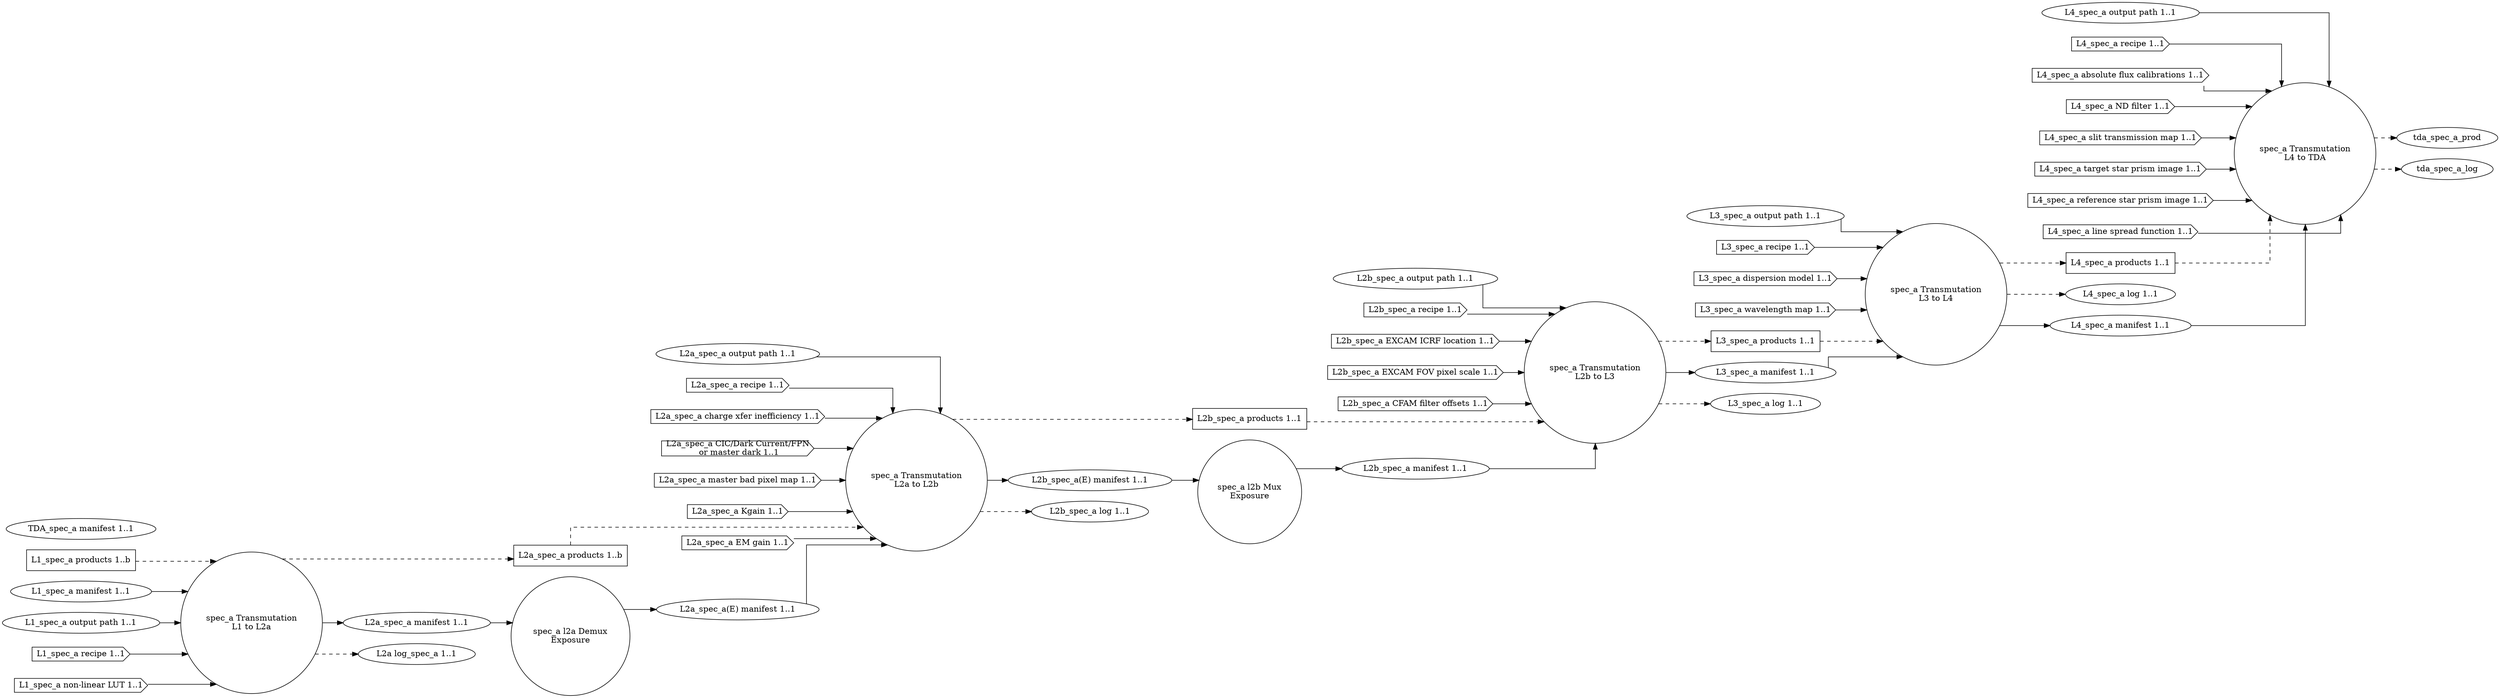
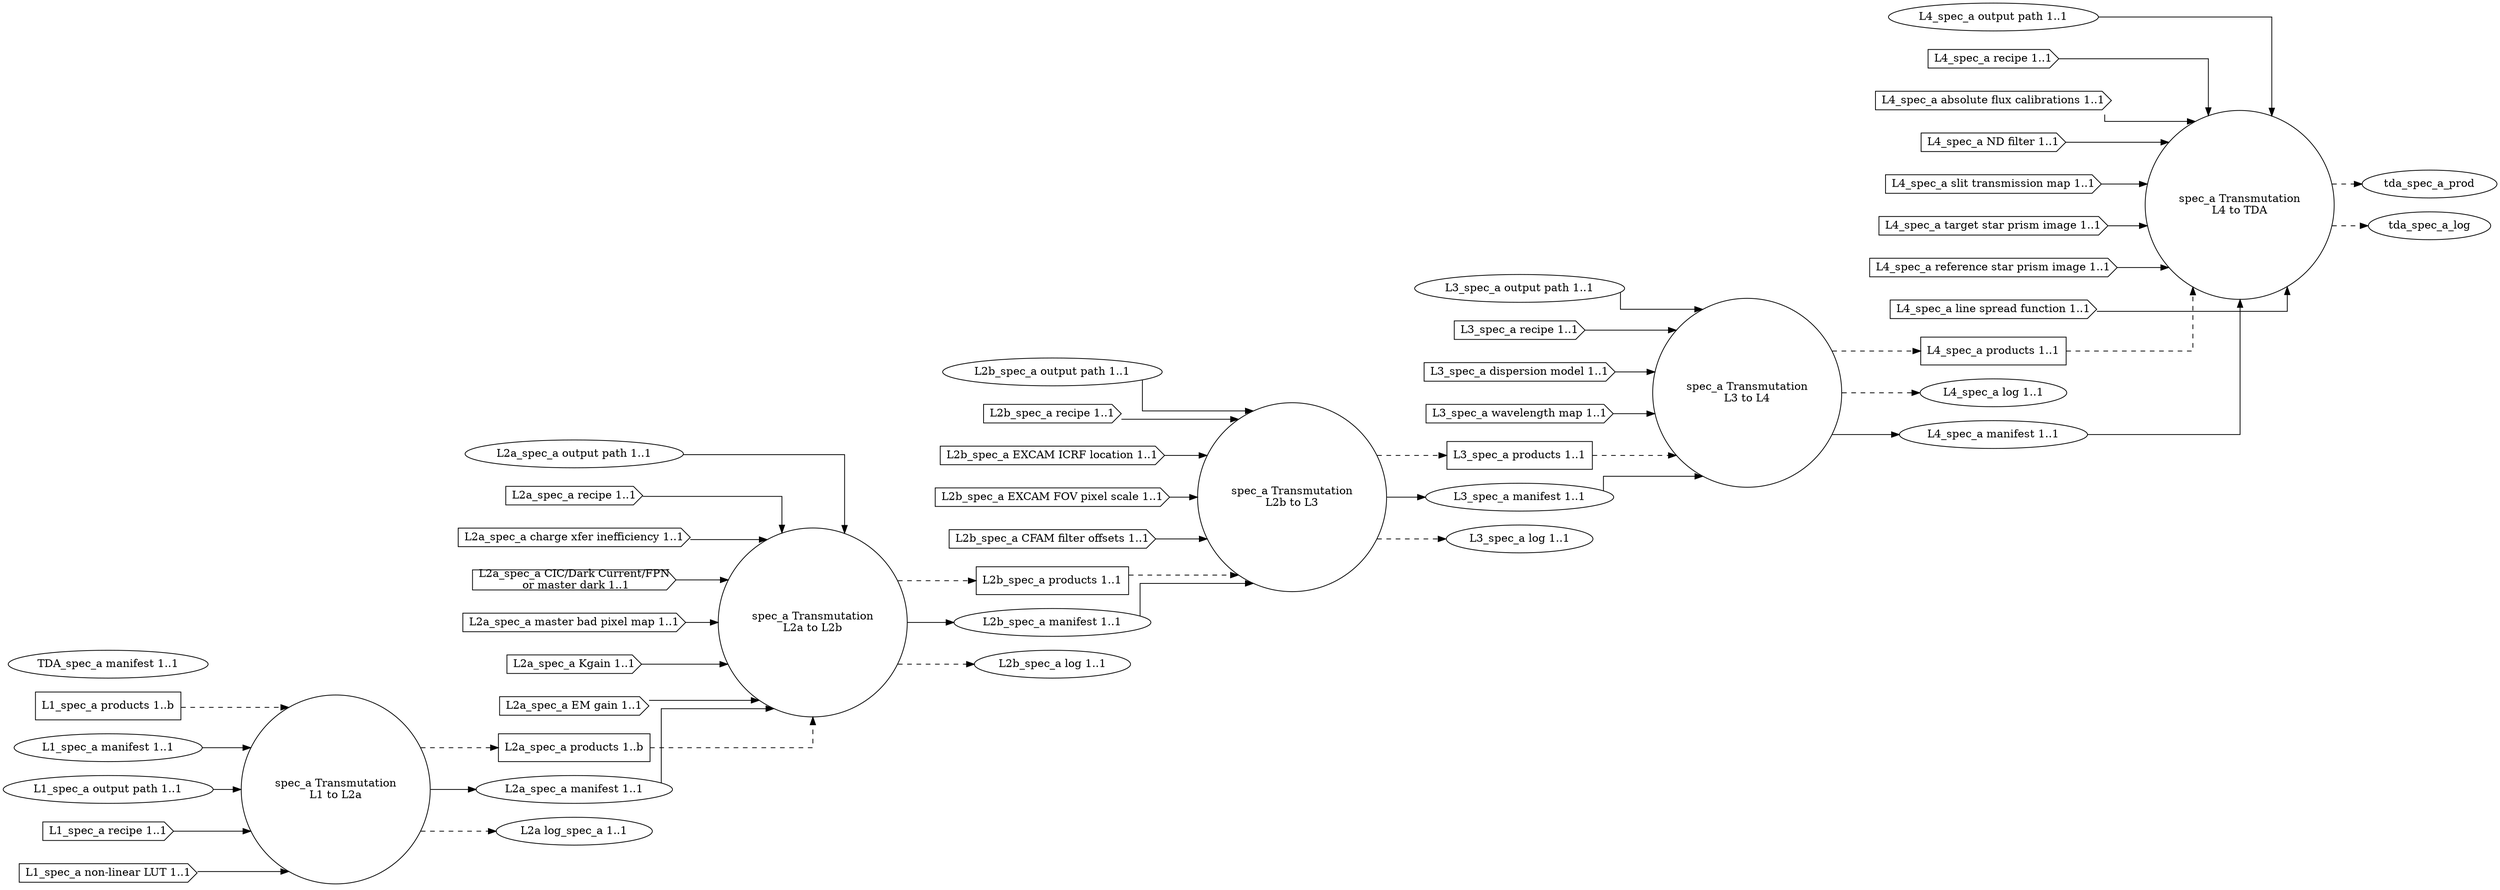
digraph SpectroscopyAnalog {
graph [splines="ortho", rankdir=LR];
trans_spec_a_l1_l2a [label="spec_a Transmutation\nL1 to L2a", shape="circle", runname="l1.transmutation_spec_a", runtype="dawgie.Algorithm", fsmtype="dip.base.Runner"];
- l2a_spec_a_demux [label="spec_a l2a Demux\nExposure", shape="circle", runname="l2a.demux_spec_a", runtype="dawgie.Algorithm", fsmtype="dip.clerk.impls.demux.FSM"];
trans_spec_a_l2a_l2b [label="spec_a Transmutation\nL2a to L2b", shape="circle", runname="l2a.transmutation_spec_a", runtype="dawgie.Algorithm", fsmtype="dip.base.Runner"];
- l2b_spec_a_mux [label="spec_a l2b Mux\nExposure", shape="circle", runname="l2b.mux_spec_a", runtype="dawgie.Analyzer", fsmtype="dip.clerk.impls.mux.FSM"];
trans_spec_a_l2b_l3 [label="spec_a Transmutation\nL2b to L3", shape="circle", runname="l2b.transmutation_spec_a", runtype="dawgie.Algorithm", fsmtype="dip.base.Runner"];
trans_spec_a_l3_l4 [label="spec_a Transmutation\nL3 to L4", shape="circle", runname="l3.transmutation_spec_a", runtype="dawgie.Algorithm", fsmtype="dip.base.Runner"];
trans_spec_a_l4_tda [label="spec_a Transmutation\nL4 to TDA", shape="circle", runname="l4.transmutation_spec_a", runtype="dawgie.Algorithm", fsmtype="dip.base.Runner"];
l1_spec_a_prod [label="L1_spec_a products 1..b", shape="rectangle"];
l1_spec_a_man [label="L1_spec_a manifest 1..1", shape="ellipse"];
l1_spec_a_odir [label="L1_spec_a output path 1..1", shape="ellipse"];
l1_spec_a_rec [label="L1_spec_a recipe 1..1", shape="cds"];
l1_spec_a_nllut [label="L1_spec_a non-linear LUT 1..1", shape="cds"];
l2a_spec_a_prod [label="L2a_spec_a products 1..b", shape="rectangle"];
l2a_spec_a_man [label="L2a_spec_a manifest 1..1", shape="ellipse", valname="l1.transmutation_spec_a.product.manifest", valtype="dip.base.Manifest"];
l2a_spec_a_odir [label="L2a_spec_a output path 1..1", shape="ellipse"];
l2a_spec_a_rec [label="L2a_spec_a recipe 1..1", shape="cds"];
l2a_spec_a_cti [label="L2a_spec_a charge xfer inefficiency 1..1", shape="cds"];
l2a_spec_a_dnb [label="L2a_spec_a CIC/Dark Current/FPN\n or master dark 1..1", shape="cds"];
l2a_spec_a_mbpm [label="L2a_spec_a master bad pixel map 1..1", shape="cds"];
l2a_spec_a_kgain [label="L2a_spec_a Kgain 1..1", shape="cds"];
l2a_spec_a_emg [label="L2a_spec_a EM gain 1..1", shape="cds"];
l2a_spec_a_log [label="L2a log_spec_a 1..1", shape="ellipse"];
- l2a_spec_a_man_demux [label="L2a_spec_a(E) manifest 1..1", shape="ellipse", valname="l2a.demux_spec_a.product.manifest", valtype="dip.base.Manifest"];
l2b_spec_a_prod [label="L2b_spec_a products 1..1", shape="rectangle"];
- l2b_spec_a_man [label="L2b_spec_a manifest 1..1", shape="ellipse", valname="l2b.mux_spec_a.product.manifest", valtype="dip.base.Manifest"];
+ l2b_spec_a_man [label="L2b_spec_a manifest 1..1", shape="ellipse", valname="l2b.transmutation_spec_a.product.manifest", valtype="dip.base.Manifest"];
l2b_spec_a_odir [label="L2b_spec_a output path 1..1", shape="ellipse"];
l2b_spec_a_rec [label="L2b_spec_a recipe 1..1", shape="cds"];
l2b_spec_a_excicrf [label="L2b_spec_a EXCAM ICRF location 1..1", shape="cds"];
l2b_spec_a_excfovps [label="L2b_spec_a EXCAM FOV pixel scale 1..1", shape="cds"];
l2b_spec_a_cfamfo [label="L2b_spec_a CFAM filter offsets 1..1", shape="cds"];
- l2b_spec_a_man_demux [label="L2b_spec_a(E) manifest 1..1", shape="ellipse", valname="l2a.transmutation_spec_a.product.manifest", valtype="dip.base.Manifest"];
l2b_spec_a_log [label="L2b_spec_a log 1..1", shape="ellipse"];
l3_spec_a_prod [label="L3_spec_a products 1..1", shape="rectangle"];
l3_spec_a_odir [label="L3_spec_a output path 1..1", shape="ellipse"];
l3_spec_a_man [label="L3_spec_a manifest 1..1", shape="ellipse", valname="l2b.transmutation_spec_a.product.manifest", valtype="dip.base.Manifest"];
l3_spec_a_rec [label="L3_spec_a recipe 1..1", shape="cds"];
l3_spec_a_dispm [label="L3_spec_a dispersion model 1..1", shape="cds"];
l3_spec_a_wavem [label="L3_spec_a wavelength map 1..1", shape="cds"];
l3_spec_a_log [label="L3_spec_a log 1..1", shape="ellipse"];
l4_spec_a_prod [label="L4_spec_a products 1..1", shape="rectangle"];
l4_spec_a_odir [label="L4_spec_a output path 1..1", shape="ellipse"];
l4_spec_a_log [label="L4_spec_a log 1..1", shape="ellipse"];
l4_spec_a_man [label="L4_spec_a manifest 1..1", shape="ellipse", valname="l3.transmutation_spec_a.product.manifest", valtype="dip.base.Manifest"];
l4_spec_a_rec [label="L4_spec_a recipe 1..1", shape="cds"];
l4_spec_a_afcal [label="L4_spec_a absolute flux calibrations 1..1", shape="cds"];
l4_spec_a_ndfilt [label="L4_spec_a ND filter 1..1", shape="cds"];
l4_spec_a_stmap [label="L4_spec_a slit transmission map 1..1", shape="cds"];
l4_spec_a_tspi [label="L4_spec_a target star prism image 1..1", shape="cds"];
l4_spec_a_rspi [label="L4_spec_a reference star prism image 1..1", shape="cds"];
l4_spec_a_lsf [label="L4_spec_a line spread function 1..1", shape="cds"];
tda_spec_a_man [label="TDA_spec_a manifest 1..1", shape="ellipse", valname="l4.transmutation_spec_a.product.manifest", valtype="dip.base.Manifest"];
l1_spec_a_prod -> trans_spec_a_l1_l2a [style="dashed"];
l1_spec_a_man -> trans_spec_a_l1_l2a;
l1_spec_a_odir -> trans_spec_a_l1_l2a;
l1_spec_a_rec -> trans_spec_a_l1_l2a;
l1_spec_a_nllut -> trans_spec_a_l1_l2a;
trans_spec_a_l1_l2a -> l2a_spec_a_prod [style="dashed"];
trans_spec_a_l1_l2a -> l2a_spec_a_man;
trans_spec_a_l1_l2a -> l2a_spec_a_log [style="dashed"];
l2a_spec_a_prod -> trans_spec_a_l2a_l2b [style="dashed"];
l2a_spec_a_odir -> trans_spec_a_l2a_l2b;
l2a_spec_a_rec -> trans_spec_a_l2a_l2b;
l2a_spec_a_cti -> trans_spec_a_l2a_l2b;
l2a_spec_a_dnb -> trans_spec_a_l2a_l2b;
l2a_spec_a_mbpm -> trans_spec_a_l2a_l2b;
l2a_spec_a_emg -> trans_spec_a_l2a_l2b;
l2a_spec_a_kgain -> trans_spec_a_l2a_l2b;
trans_spec_a_l2a_l2b -> l2b_spec_a_prod [style="dashed"];
- trans_spec_a_l2a_l2b -> l2b_spec_a_man_demux;
+ trans_spec_a_l2a_l2b -> l2b_spec_a_man;
trans_spec_a_l2a_l2b -> l2b_spec_a_log [style="dashed"];
- l2a_spec_a_man -> l2a_spec_a_demux;
- l2a_spec_a_demux -> l2a_spec_a_man_demux;
- l2a_spec_a_man_demux -> trans_spec_a_l2a_l2b;
- l2b_spec_a_man_demux -> l2b_spec_a_mux;
- l2b_spec_a_mux -> l2b_spec_a_man;
+ l2a_spec_a_man -> trans_spec_a_l2a_l2b;
l2b_spec_a_prod -> trans_spec_a_l2b_l3 [style="dashed"];
l2b_spec_a_man -> trans_spec_a_l2b_l3;
l2b_spec_a_odir -> trans_spec_a_l2b_l3;
l2b_spec_a_rec -> trans_spec_a_l2b_l3;
l2b_spec_a_excicrf -> trans_spec_a_l2b_l3;
l2b_spec_a_excfovps -> trans_spec_a_l2b_l3;
l2b_spec_a_cfamfo -> trans_spec_a_l2b_l3;
trans_spec_a_l2b_l3 -> l3_spec_a_prod [style="dashed"];
trans_spec_a_l2b_l3 -> l3_spec_a_man;
trans_spec_a_l2b_l3 -> l3_spec_a_log [style="dashed"];
l3_spec_a_prod -> trans_spec_a_l3_l4 [style="dashed"];
l3_spec_a_man -> trans_spec_a_l3_l4;
l3_spec_a_odir -> trans_spec_a_l3_l4;
l3_spec_a_rec -> trans_spec_a_l3_l4;
l3_spec_a_dispm -> trans_spec_a_l3_l4;
l3_spec_a_wavem -> trans_spec_a_l3_l4;
trans_spec_a_l3_l4 -> l4_spec_a_prod [style="dashed"];
trans_spec_a_l3_l4 -> l4_spec_a_log [style="dashed"];
trans_spec_a_l3_l4 -> l4_spec_a_man;
l4_spec_a_prod -> trans_spec_a_l4_tda [style="dashed"];
l4_spec_a_man -> trans_spec_a_l4_tda;
l4_spec_a_odir -> trans_spec_a_l4_tda;
l4_spec_a_rec -> trans_spec_a_l4_tda;
l4_spec_a_afcal -> trans_spec_a_l4_tda;
l4_spec_a_ndfilt -> trans_spec_a_l4_tda;
l4_spec_a_stmap -> trans_spec_a_l4_tda;
l4_spec_a_tspi -> trans_spec_a_l4_tda;
l4_spec_a_rspi -> trans_spec_a_l4_tda;
l4_spec_a_lsf -> trans_spec_a_l4_tda;
trans_spec_a_l4_tda -> tda_spec_a_prod [style="dashed"];
trans_spec_a_l4_tda -> tda_spec_a_log [style="dashed"];
}
